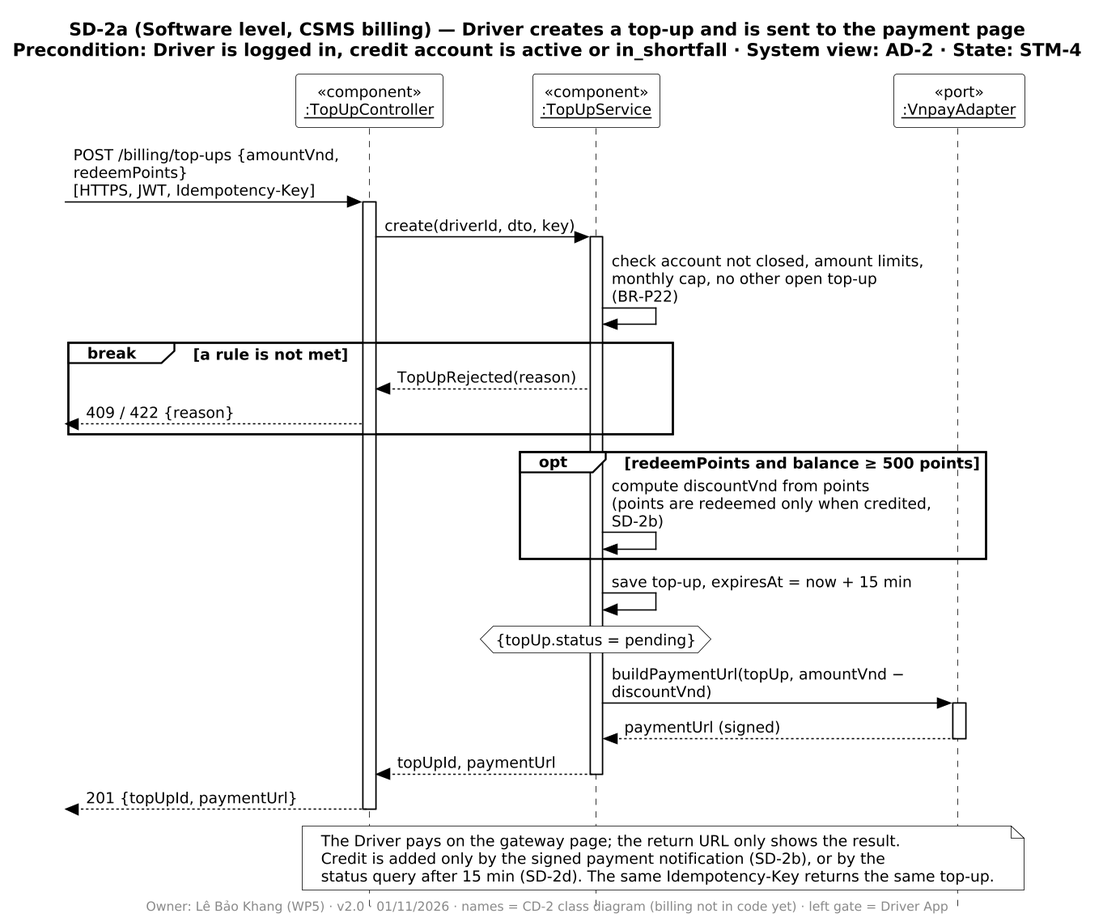
Before: diagrams/report4/sequence/SD-2a/SD-2a.png, a diagram exported from PlantUML (PowerMeApp/powerme). Its diagram source:
```plantuml
@startuml SD-2a
!include ../_style.iuml
title SD-2a (Software level, CSMS billing) — Driver creates a top-up and is sent to the payment page\nPrecondition: Driver is logged in, credit account is active or in_shortfall · System view: AD-2 · State: STM-4
footer Owner: Lê Bảo Khang (WP5) · v2.0 · 01/11/2026 · names = CD-2 class diagram (billing not in code yet) · left gate = Driver App

participant "«component»\n<u>:TopUpController</u>" as TC
participant "«component»\n<u>:TopUpService</u>" as TS
participant "«port»\n<u>:VnpayAdapter</u>" as VA

[-> TC ++ : POST /billing/top-ups {amountVnd, redeemPoints}\n[HTTPS, JWT, Idempotency-Key]
TC -> TS ++ : create(driverId, dto, key)
TS -> TS : check account not closed, amount limits,\nmonthly cap, no other open top-up (BR-P22)
break a rule is not met
  TS --> TC : TopUpRejected(reason)
  [<-- TC : 409 / 422 {reason}
end
opt redeemPoints and balance ≥ 500 points
  TS -> TS : compute discountVnd from points\n(points are redeemed only when credited, SD-2b)
end
TS -> TS : save top-up, expiresAt = now + 15 min
hnote over TS : {topUp.status = pending}
TS -> VA ++ : buildPaymentUrl(topUp, amountVnd − discountVnd)
VA --> TS -- : paymentUrl (signed)
TS --> TC -- : topUpId, paymentUrl
[<-- TC -- : 201 {topUpId, paymentUrl}
note over TC, VA
  The Driver pays on the gateway page; the return URL only shows the result.
  Credit is added only by the signed payment notification (SD-2b), or by the
  status query after 15 min (SD-2d). The same Idempotency-Key returns the same top-up.
end note
@enduml
```
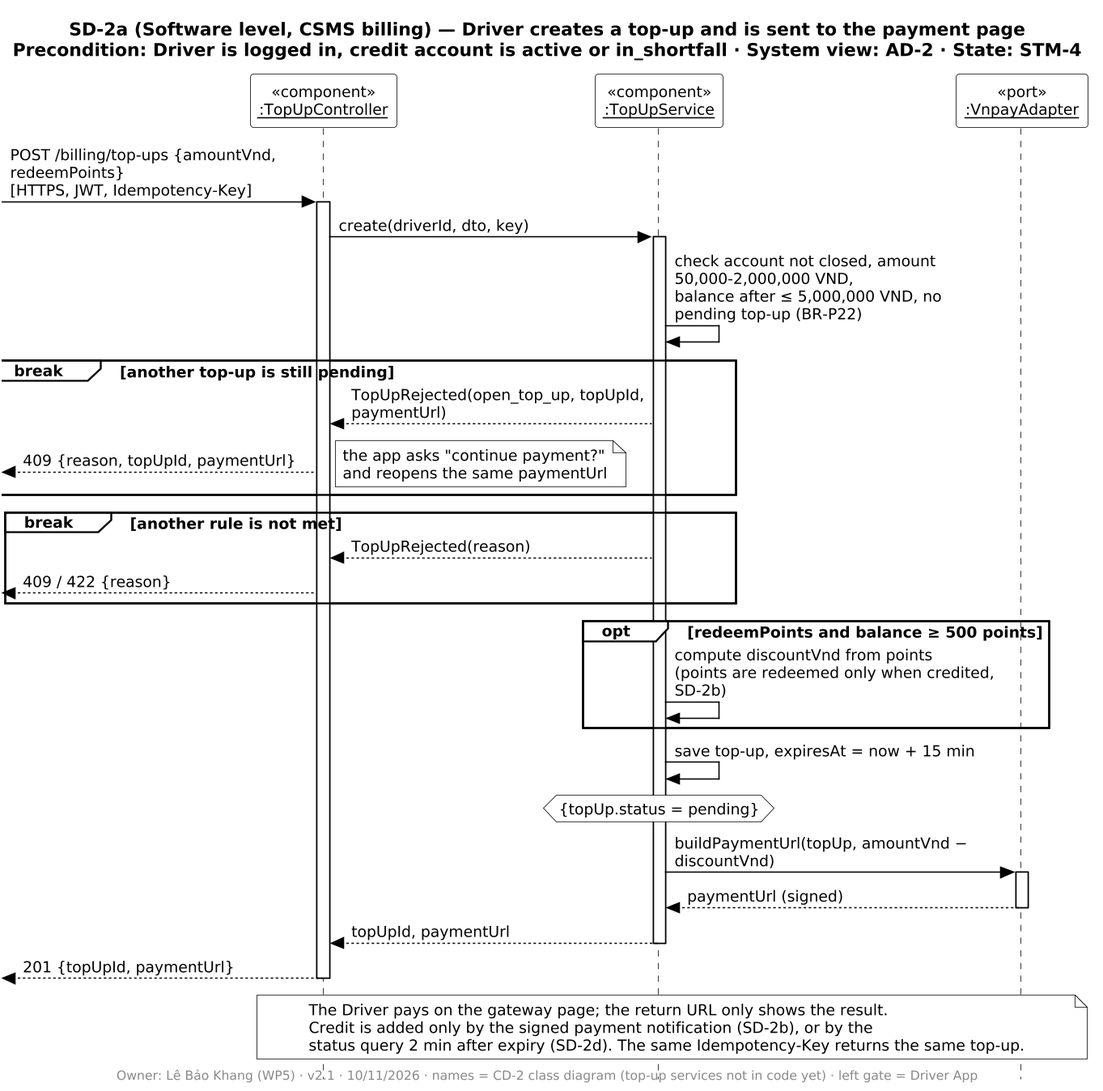
After the change.

Diff of the diagram source:
```diff
@@ -1,7 +1,7 @@
 @startuml SD-2a
 !include ../_style.iuml
 title SD-2a (Software level, CSMS billing) — Driver creates a top-up and is sent to the payment page\nPrecondition: Driver is logged in, credit account is active or in_shortfall · System view: AD-2 · State: STM-4
-footer Owner: Lê Bảo Khang (WP5) · v2.0 · 01/11/2026 · names = CD-2 class diagram (billing not in code yet) · left gate = Driver App
+footer Owner: Lê Bảo Khang (WP5) · v2.1 · 10/11/2026 · names = CD-2 class diagram (top-up services not in code yet) · left gate = Driver App
 
 participant "«component»\n<u>:TopUpController</u>" as TC
 participant "«component»\n<u>:TopUpService</u>" as TS
@@ -9,8 +9,13 @@
 
 [-> TC ++ : POST /billing/top-ups {amountVnd, redeemPoints}\n[HTTPS, JWT, Idempotency-Key]
 TC -> TS ++ : create(driverId, dto, key)
-TS -> TS : check account not closed, amount limits,\nmonthly cap, no other open top-up (BR-P22)
-break a rule is not met
+TS -> TS : check account not closed, amount 50,000-2,000,000 VND,\nbalance after ≤ 5,000,000 VND, no pending top-up (BR-P22)
+break another top-up is still pending
+  TS --> TC : TopUpRejected(open_top_up, topUpId, paymentUrl)
+  [<-- TC : 409 {reason, topUpId, paymentUrl}
+  note right : the app asks "continue payment?"\nand reopens the same paymentUrl
+end
+break another rule is not met
   TS --> TC : TopUpRejected(reason)
   [<-- TC : 409 / 422 {reason}
 end
@@ -26,6 +31,6 @@
 note over TC, VA
   The Driver pays on the gateway page; the return URL only shows the result.
   Credit is added only by the signed payment notification (SD-2b), or by the
-  status query after 15 min (SD-2d). The same Idempotency-Key returns the same top-up.
+  status query 2 min after expiry (SD-2d). The same Idempotency-Key returns the same top-up.
 end note
 @enduml
```
